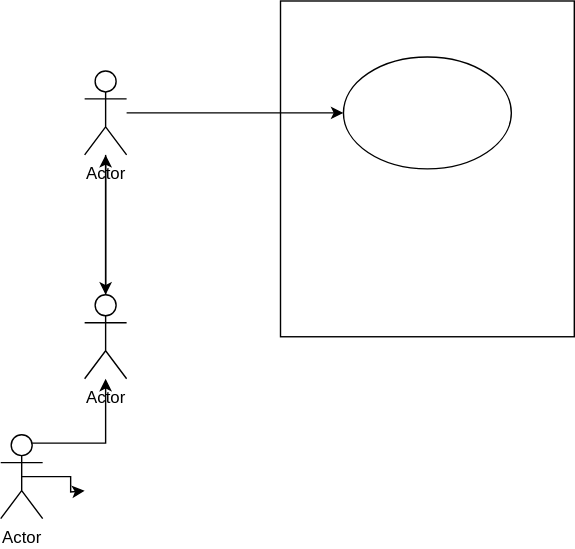
Earlier version of the draw.io export usecase.drawio.svg (SethabaAT/test-use-cases-md). Source tidied: cells renumbered, new cells last; positions are measured from the earlier drawing's top-left corner, leaving out a move shared by most shapes.
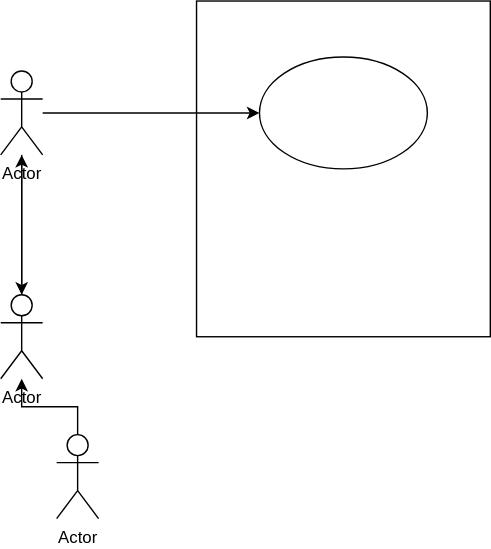
After the change.

Change to the diagram source:
```diff
@@ -23,20 +23,11 @@
     <mxCell id="8" value="Actor" style="shape=umlActor;verticalLabelPosition=bottom;verticalAlign=top;html=1;outlineConnect=0;" parent="1" vertex="1">
       <mxGeometry x="60" y="210" width="30" height="60" as="geometry" />
     </mxCell>
-    <mxCell id="9" style="edgeStyle=orthogonalEdgeStyle;rounded=0;jettySize=auto;html=1;exitX=0.5;exitY=0.5;exitDx=0;exitDy=0;exitPerimeter=0;" parent="1" edge="1" source="11">
-      <mxGeometry relative="1" as="geometry">
-        <mxPoint x="60" y="350" as="targetPoint" />
-        <Array as="points">
-          <mxPoint x="50" y="340" />
-          <mxPoint x="50" y="351" />
-        </Array>
-      </mxGeometry>
-    </mxCell>
-    <mxCell id="10" style="edgeStyle=orthogonalEdgeStyle;rounded=0;jettySize=auto;html=1;exitX=0.75;exitY=0.1;exitDx=0;exitDy=0;exitPerimeter=0;" parent="1" edge="1" source="11" target="8">
+    <mxCell id="10" style="edgeStyle=orthogonalEdgeStyle;rounded=0;jettySize=auto;html=1;exitX=0.5;exitY=0;exitDx=0;exitDy=0;exitPerimeter=0;" parent="1" edge="1" source="11" target="8">
       <mxGeometry relative="1" as="geometry" />
     </mxCell>
     <mxCell id="11" value="Actor" style="shape=umlActor;verticalLabelPosition=bottom;verticalAlign=top;html=1;outlineConnect=0;" parent="1" vertex="1">
-      <mxGeometry y="310" width="30" height="60" as="geometry" />
+      <mxGeometry x="100" y="310" width="30" height="60" as="geometry" />
     </mxCell>
   </root>
 </mxGraphModel>
```
